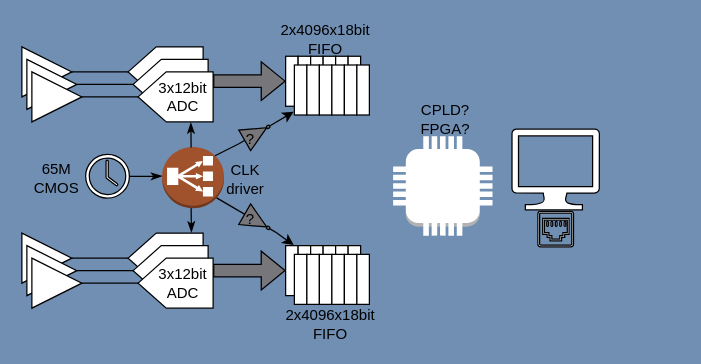
The draw.io diagram ADC/ADC_interface.drawio in robsva/drawio, before the edit. Source tidied: cells renumbered, new cells numbered last; positions are measured from the earlier drawing's top-left corner, leaving out a move shared by most shapes. Both pictures are drawn from the tidied source at 125%, with x=0, y=0 at pixel (21, 29).
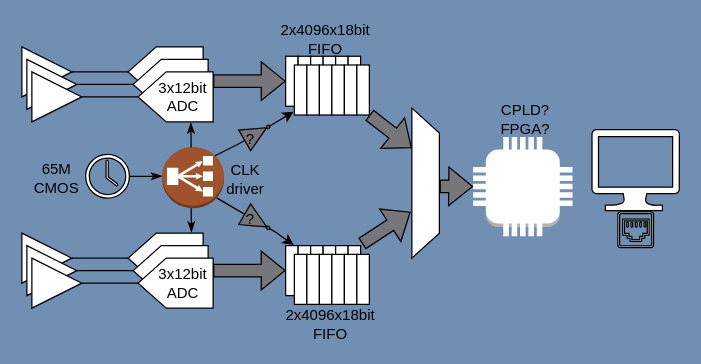
The same page after the edit.

Unchanged cells that the change refers to:
```xml
<mxCell id="33" style="rounded=0;whiteSpace=wrap;html=1;" parent="1" vertex="1">
  <mxGeometry x="261" y="173" width="10" height="40" as="geometry" />
</mxCell>
<mxCell id="49" style="rounded=0;whiteSpace=wrap;html=1;" parent="1" vertex="1">
  <mxGeometry x="268" y="28.5" width="10" height="40" as="geometry" />
</mxCell>
```

What changed in the source:
```diff
@@
     <mxCell id="66" style="verticalLabelPosition=bottom;html=1;verticalAlign=top;align=center;shape=mxgraph.azure.computer;" parent="1" vertex="1">
-      <mxGeometry x="392" y="79.7" width="70" height="64.7" as="geometry" />
+      <mxGeometry x="456" y="80.2" width="70" height="64.7" as="geometry" />
     </mxCell>
     <mxCell id="67" style="sketch=0;shadow=0;dashed=0;html=1;labelPosition=center;verticalLabelPosition=bottom;verticalAlign=top;align=center;shape=mxgraph.vvd.ethernet_port;" parent="1" vertex="1">
-      <mxGeometry x="412.8" y="145.5" width="28.5" height="28.5" as="geometry" />
+      <mxGeometry x="476.8" y="146" width="28.5" height="28.5" as="geometry" />
     </mxCell>
     <mxCell id="68" style="outlineConnect=0;dashed=0;verticalLabelPosition=bottom;verticalAlign=top;align=center;html=1;shape=mxgraph.aws3.coffee_pot;" parent="1" vertex="1">
-      <mxGeometry x="297" y="85.5" width="79.5" height="79.5" as="geometry" />
+      <mxGeometry x="361" y="86" width="79.5" height="79.5" as="geometry" />
     </mxCell>
     <mxCell id="69" value="CPLD? FPGA?" style="text;html=1;align=center;verticalAlign=middle;whiteSpace=wrap;rounded=0;" parent="1" vertex="1">
-      <mxGeometry x="321" y="64" width="36" height="15" as="geometry" />
+      <mxGeometry x="385" y="64.5" width="36" height="15" as="geometry" />
     </mxCell>
+    <mxCell id="70" style="shape=trapezoid;perimeter=trapezoidPerimeter;whiteSpace=wrap;html=1;fixedSize=1;rotation=90;" parent="1" vertex="1">
+      <mxGeometry x="263" y="112" width="120" height="22" as="geometry" />
+    </mxCell>
+    <mxCell id="71" style="shape=flexArrow;endArrow=classic;html=1;rounded=0;entryX=1;entryY=0.5;entryDx=0;entryDy=0;fillColor=#77767b;exitX=1;exitY=1;exitDx=0;exitDy=0;" parent="1" edge="1" source="49">
+      <mxGeometry relative="1" as="geometry">
+        <mxPoint x="312" y="95" as="targetPoint" />
+      </mxGeometry>
+    </mxCell>
+    <mxCell id="72" style="shape=flexArrow;endArrow=classic;html=1;rounded=0;entryX=1;entryY=0.5;entryDx=0;entryDy=0;fillColor=#77767b;exitX=1.107;exitY=-0.038;exitDx=0;exitDy=0;exitPerimeter=0;" parent="1" edge="1" source="33">
+      <mxGeometry relative="1" as="geometry">
+        <mxPoint x="311" y="146" as="targetPoint" />
+      </mxGeometry>
+    </mxCell>
+    <mxCell id="73" style="shape=flexArrow;endArrow=classic;html=1;rounded=0;entryX=0;entryY=0.5;entryDx=0;entryDy=0;exitX=0.521;exitY=-0.009;exitDx=0;exitDy=0;fillColor=#77767b;exitPerimeter=0;entryPerimeter=0;" parent="1" edge="1" source="70" target="68">
+      <mxGeometry relative="1" as="geometry" />
+    </mxCell>
```
